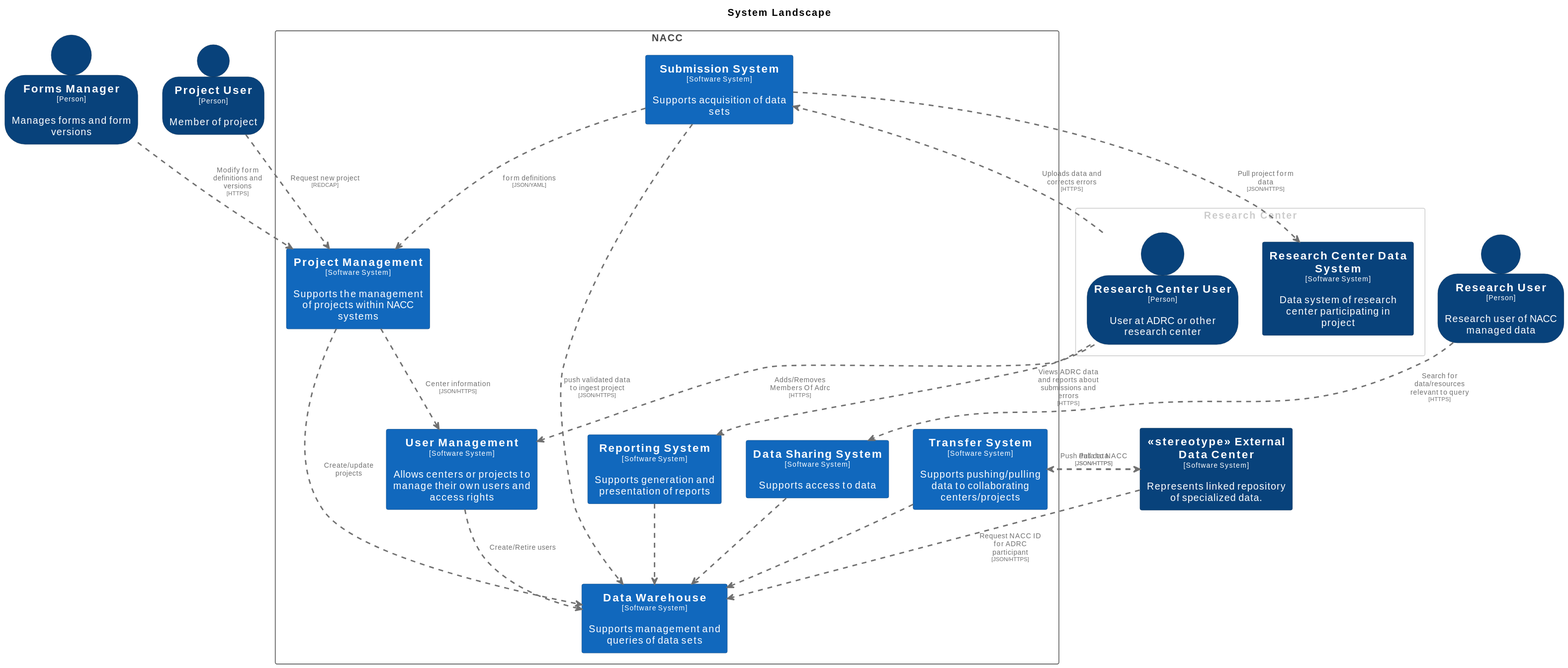
naccdata/system-design keeps this PlantUML diagram as docs/images/structurizr-GeneralizedSystemLandscape.svg. Above is the earlier version.
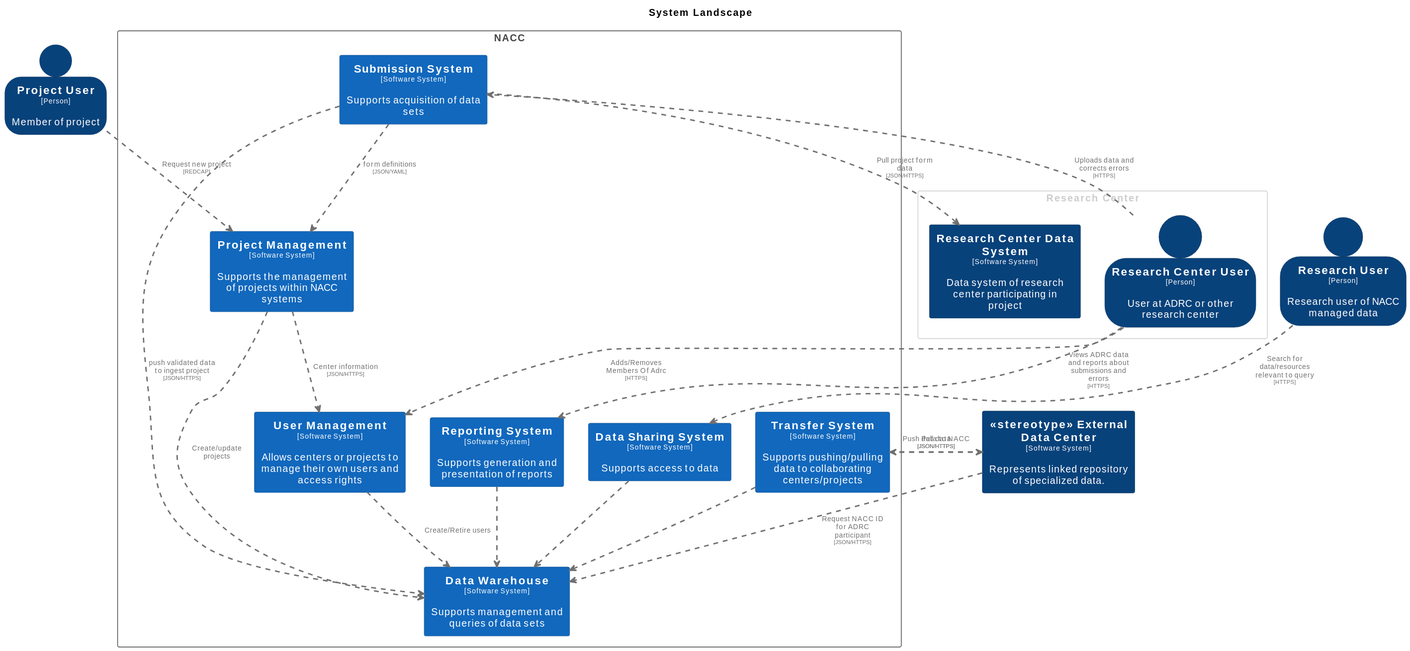
Above is the later version.

Change to the diagram source:
```diff
@@ -28,11 +28,6 @@
   BackgroundColor #1168bd
   FontColor #ffffff
   BorderColor #0b4884
-}
-skinparam person<<FormsManager>> {
-  BackgroundColor #08427b
-  FontColor #ffffff
-  BorderColor #052e56
 }
 skinparam rectangle<<ProjectManagement>> {
   BackgroundColor #1168bd
@@ -84,13 +79,13 @@
   skinparam RectangleBorderColor<<enterprise>> #444444
   skinparam RectangleFontColor<<enterprise>> #444444
 
+  rectangle "==Reporting System\n<size:10>[Software System]</size>\n\nSupports generation and presentation of reports" <<ReportingSystem>> as ReportingSystem
   rectangle "==Data Sharing System\n<size:10>[Software System]</size>\n\nSupports access to data" <<DataSharingSystem>> as DataSharingSystem
   rectangle "==Data Warehouse\n<size:10>[Software System]</size>\n\nSupports management and queries of data sets" <<DataWarehouse>> as DataWarehouse
   rectangle "==User Management\n<size:10>[Software System]</size>\n\nAllows centers or projects to manage their own users and access rights" <<UserManagement>> as UserManagement
   rectangle "==Project Management\n<size:10>[Software System]</size>\n\nSupports the management of projects within NACC systems" <<ProjectManagement>> as ProjectManagement
   rectangle "==Submission System\n<size:10>[Software System]</size>\n\nSupports acquisition of data sets" <<SubmissionSystem>> as SubmissionSystem
   rectangle "==Transfer System\n<size:10>[Software System]</size>\n\nSupports pushing/pulling data to collaborating centers/projects" <<TransferSystem>> as TransferSystem
-  rectangle "==Reporting System\n<size:10>[Software System]</size>\n\nSupports generation and presentation of reports" <<ReportingSystem>> as ReportingSystem
 }
 
 rectangle "Research Center" <<group1>> {
@@ -102,7 +97,6 @@
 }
 
 person "==Project User\n<size:10>[Person]</size>\n\nMember of project" <<ProjectUser>> as ProjectUser
-person "==Forms Manager\n<size:10>[Person]</size>\n\nManages forms and form versions" <<FormsManager>> as FormsManager
 person "==Research User\n<size:10>[Person]</size>\n\nResearch user of NACC managed data" <<ResearchUser>> as ResearchUser
 rectangle "==<<stereotype>> External Data Center\n<size:10>[Software System]</size>\n\nRepresents linked repository of specialized data." <<stereotypeExternalDataCenter>> as stereotypeExternalDataCenter
 
@@ -113,7 +107,6 @@
 ResearchCenterUser .[#707070,thickness=2].> SubmissionSystem : "<color:#707070>Uploads data and corrects errors\n<color:#707070><size:8>[HTTPS]</size>"
 SubmissionSystem .[#707070,thickness=2].> ResearchCenterDataSystem : "<color:#707070>Pull project form data\n<color:#707070><size:8>[JSON/HTTPS]</size>"
 ProjectUser .[#707070,thickness=2].> ProjectManagement : "<color:#707070>Request new project\n<color:#707070><size:8>[REDCAP]</size>"
-FormsManager .[#707070,thickness=2].> ProjectManagement : "<color:#707070>Modify form definitions and versions\n<color:#707070><size:8>[HTTPS]</size>"
 ResearchUser .[#707070,thickness=2].> DataSharingSystem : "<color:#707070>Search for data/resources relevant to query\n<color:#707070><size:8>[HTTPS]</size>"
 stereotypeExternalDataCenter .[#707070,thickness=2].> DataWarehouse : "<color:#707070>Request NACC ID for ADRC participant\n<color:#707070><size:8>[JSON/HTTPS]</size>"
 stereotypeExternalDataCenter .[#707070,thickness=2].> TransferSystem : "<color:#707070>Push data to NACC\n<color:#707070><size:8>[JSON/HTTPS]</size>"
```
